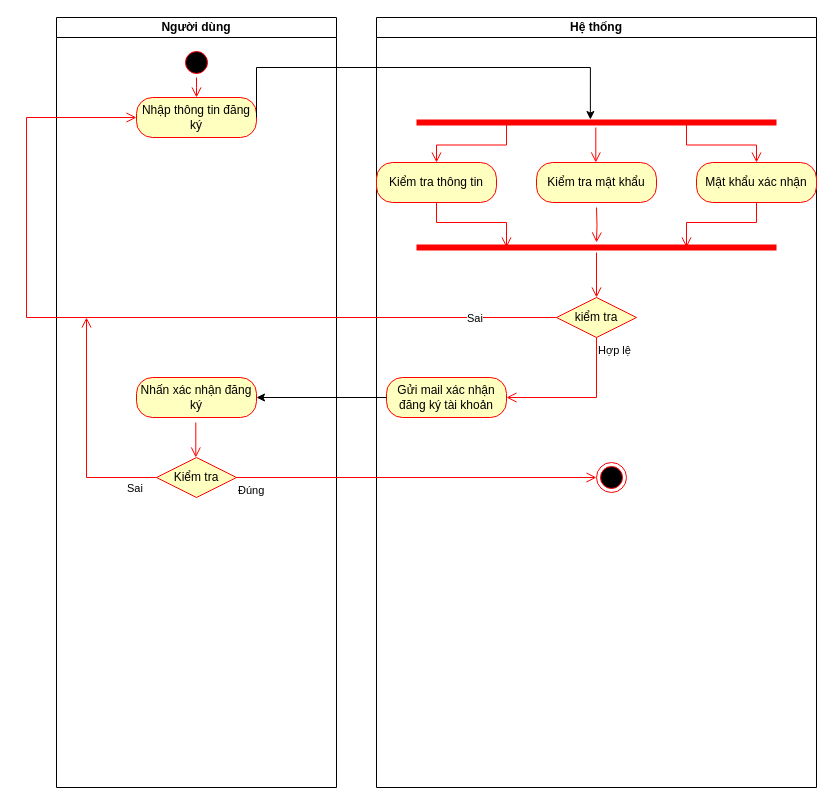
hieuNV0871/da keeps this draw.io diagram as AD/AD_DANGKY.drawio. Above is the earlier version. Source tidied: cells renumbered, new cells numbered last; positions are measured from the earlier drawing's top-left corner, leaving out a move shared by most shapes. Both pictures are drawn from the tidied source at 100%, with x=0, y=0 at pixel (26, 17).
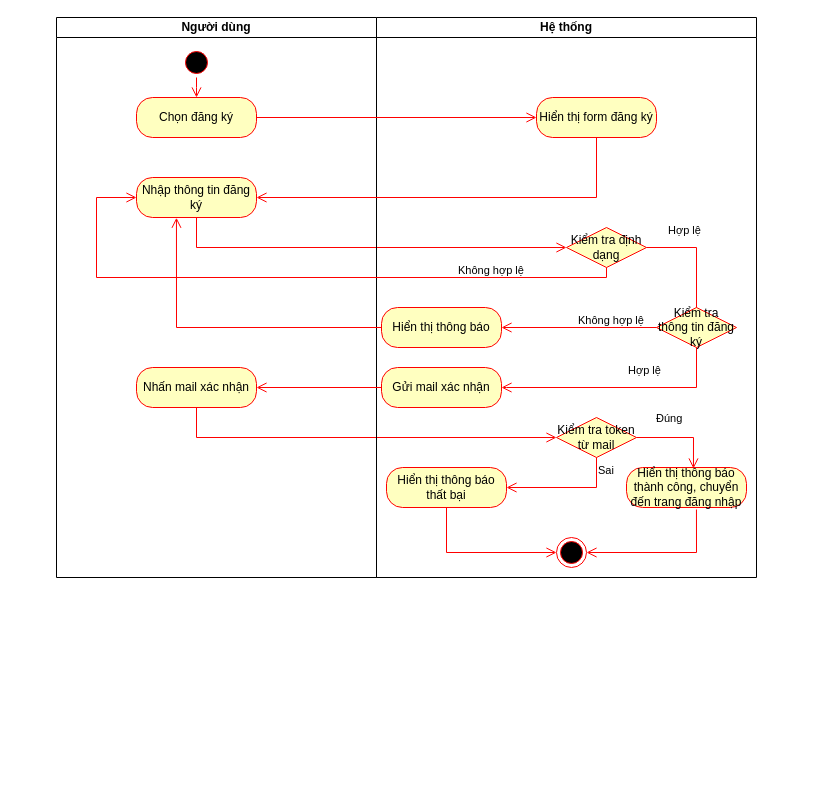
Above is the later version.

The change refers to these unchanged cells:
```xml
<mxCell id="3" style="ellipse;html=1;shape=startState;fillColor=#000000;strokeColor=#ff0000;" parent="2" vertex="1">
  <mxGeometry x="125" y="30" width="30" height="30" as="geometry" />
</mxCell>
```

Change to the diagram source:
```diff
@@
     <mxCell id="2" value="Người dùng" style="swimlane;startSize=20;whiteSpace=wrap;html=1;" parent="1" vertex="1">
-      <mxGeometry x="30" width="280" height="770" as="geometry" />
+      <mxGeometry x="30" width="320" height="560" as="geometry" />
     </mxCell>
@@
-    <mxCell id="4" style="edgeStyle=orthogonalEdgeStyle;html=1;verticalAlign=bottom;endArrow=open;endSize=8;strokeColor=#ff0000;rounded=0;" parent="2" edge="1" source="3">
-      <mxGeometry relative="1" as="geometry">
-        <mxPoint x="140" y="80" as="targetPoint" />
-      </mxGeometry>
-    </mxCell>
+    <mxCell id="32" style="edgeStyle=orthogonalEdgeStyle;html=1;verticalAlign=bottom;endArrow=open;endSize=8;strokeColor=#ff0000;rounded=0;" parent="2" edge="1" source="3">
+      <mxGeometry relative="1" as="geometry">
+        <mxPoint x="140" y="80" as="targetPoint" />
+      </mxGeometry>
+    </mxCell>
+    <mxCell id="33" value="Chọn đăng ký" style="rounded=1;whiteSpace=wrap;html=1;arcSize=40;fontColor=#000000;fillColor=#ffffc0;strokeColor=#ff0000;" parent="2" vertex="1">
+      <mxGeometry x="80" y="80" width="120" height="40" as="geometry" />
+    </mxCell>
     <mxCell id="5" value="Nhập thông tin đăng ký" style="rounded=1;whiteSpace=wrap;html=1;arcSize=40;fontColor=#000000;fillColor=#ffffc0;strokeColor=#ff0000;" parent="2" vertex="1">
-      <mxGeometry x="80" y="80" width="120" height="40" as="geometry" />
+      <mxGeometry x="80" y="160" width="120" height="40" as="geometry" />
     </mxCell>
-    <mxCell id="6" value="Nhấn xác nhận đăng ký" style="rounded=1;whiteSpace=wrap;html=1;arcSize=40;fontColor=#000000;fillColor=#ffffc0;strokeColor=#ff0000;" parent="2" vertex="1">
-      <mxGeometry x="80" y="360" width="120" height="40" as="geometry" />
-    </mxCell>
-    <mxCell id="7" value="Kiểm tra" style="rhombus;whiteSpace=wrap;html=1;fontColor=#000000;fillColor=#ffffc0;strokeColor=#ff0000;" parent="2" vertex="1">
-      <mxGeometry x="100" y="440" width="80" height="40" as="geometry" />
-    </mxCell>
-    <mxCell id="8" value="Sai" style="edgeStyle=orthogonalEdgeStyle;html=1;align=left;verticalAlign=bottom;endArrow=open;endSize=8;strokeColor=#ff0000;rounded=0;" parent="2" edge="1" source="7">
-      <mxGeometry x="-0.74" y="20" relative="1" as="geometry">
-        <mxPoint x="30" y="300" as="targetPoint" />
-        <Array as="points">
-          <mxPoint x="30" y="460" />
-        </Array>
-        <mxPoint x="-1" as="offset" />
-      </mxGeometry>
-    </mxCell>
-    <mxCell id="9" style="edgeStyle=orthogonalEdgeStyle;html=1;verticalAlign=bottom;endArrow=open;endSize=8;strokeColor=#ff0000;rounded=0;" parent="2" edge="1">
-      <mxGeometry relative="1" as="geometry">
-        <mxPoint x="139.3" y="405" as="sourcePoint" />
-        <mxPoint x="139.3" y="440" as="targetPoint" />
-      </mxGeometry>
-    </mxCell>
+    <mxCell id="34" style="edgeStyle=orthogonalEdgeStyle;html=1;verticalAlign=bottom;endArrow=open;endSize=8;strokeColor=#ff0000;rounded=0;exitX=0.5;exitY=1;exitDx=0;exitDy=0;" parent="2" edge="1" source="5">
+      <mxGeometry relative="1" as="geometry">
+        <mxPoint x="510" y="230" as="targetPoint" />
+        <Array as="points">
+          <mxPoint x="140" y="230" />
+        </Array>
+      </mxGeometry>
+    </mxCell>
+    <mxCell id="35" value="Nhấn mail xác nhận" style="rounded=1;whiteSpace=wrap;html=1;arcSize=40;fontColor=#000000;fillColor=#ffffc0;strokeColor=#ff0000;" parent="2" vertex="1">
+      <mxGeometry x="80" y="350" width="120" height="40" as="geometry" />
+    </mxCell>
+    <mxCell id="36" style="edgeStyle=orthogonalEdgeStyle;html=1;verticalAlign=bottom;endArrow=open;endSize=8;strokeColor=#ff0000;rounded=0;exitX=0.5;exitY=1;exitDx=0;exitDy=0;" parent="2" edge="1" source="35">
+      <mxGeometry relative="1" as="geometry">
+        <mxPoint x="500" y="420" as="targetPoint" />
+        <Array as="points">
+          <mxPoint x="140" y="420" />
+        </Array>
+      </mxGeometry>
+    </mxCell>
     <mxCell id="10" value="Hệ thống" style="swimlane;startSize=20;whiteSpace=wrap;html=1;" parent="1" vertex="1">
-      <mxGeometry x="350" width="440" height="770" as="geometry" />
+      <mxGeometry x="350" width="380" height="560" as="geometry" />
     </mxCell>
-    <mxCell id="11" style="shape=line;html=1;strokeWidth=6;strokeColor=#ff0000;" parent="10" vertex="1">
-      <mxGeometry x="40" y="100" width="360" height="10" as="geometry" />
-    </mxCell>
-    <mxCell id="12" style="edgeStyle=orthogonalEdgeStyle;html=1;verticalAlign=bottom;endArrow=open;endSize=8;strokeColor=#ff0000;rounded=0;entryX=0.5;entryY=0;entryDx=0;entryDy=0;exitX=0.25;exitY=0.5;exitDx=0;exitDy=0;exitPerimeter=0;" parent="10" edge="1" source="11" target="14">
-      <mxGeometry relative="1" as="geometry" />
-    </mxCell>
-    <mxCell id="13" style="edgeStyle=orthogonalEdgeStyle;html=1;verticalAlign=bottom;endArrow=open;endSize=8;strokeColor=#ff0000;rounded=0;entryX=0.5;entryY=0;entryDx=0;entryDy=0;exitX=0.75;exitY=0.5;exitDx=0;exitDy=0;exitPerimeter=0;" parent="10" edge="1" source="11" target="15">
-      <mxGeometry relative="1" as="geometry" />
-    </mxCell>
-    <mxCell id="14" value="Kiểm tra thông tin" style="rounded=1;whiteSpace=wrap;html=1;arcSize=40;fontColor=#000000;fillColor=#ffffc0;strokeColor=#ff0000;" parent="10" vertex="1">
-      <mxGeometry y="145" width="120" height="40" as="geometry" />
-    </mxCell>
-    <mxCell id="15" value="Mật khẩu xác nhận" style="rounded=1;whiteSpace=wrap;html=1;arcSize=40;fontColor=#000000;fillColor=#ffffc0;strokeColor=#ff0000;" parent="10" vertex="1">
-      <mxGeometry x="320" y="145" width="120" height="40" as="geometry" />
-    </mxCell>
-    <mxCell id="16" style="edgeStyle=orthogonalEdgeStyle;html=1;verticalAlign=bottom;endArrow=open;endSize=8;strokeColor=#ff0000;rounded=0;exitX=0.5;exitY=1;exitDx=0;exitDy=0;entryX=0.75;entryY=0.5;entryDx=0;entryDy=0;entryPerimeter=0;" parent="10" edge="1" source="15" target="18">
-      <mxGeometry relative="1" as="geometry" />
-    </mxCell>
-    <mxCell id="17" style="edgeStyle=orthogonalEdgeStyle;html=1;verticalAlign=bottom;endArrow=open;endSize=8;strokeColor=#ff0000;rounded=0;exitX=0.5;exitY=1;exitDx=0;exitDy=0;entryX=0.25;entryY=0.5;entryDx=0;entryDy=0;entryPerimeter=0;" parent="10" edge="1" source="14" target="18">
-      <mxGeometry relative="1" as="geometry" />
-    </mxCell>
-    <mxCell id="18" style="shape=line;html=1;strokeWidth=6;strokeColor=#ff0000;" parent="10" vertex="1">
-      <mxGeometry x="40" y="225" width="360" height="10" as="geometry" />
-    </mxCell>
-    <mxCell id="19" value="kiểm tra" style="rhombus;whiteSpace=wrap;html=1;fontColor=#000000;fillColor=#ffffc0;strokeColor=#ff0000;" parent="10" vertex="1">
-      <mxGeometry x="180" y="280" width="80" height="40" as="geometry" />
-    </mxCell>
-    <mxCell id="20" style="edgeStyle=orthogonalEdgeStyle;html=1;verticalAlign=bottom;endArrow=open;endSize=8;strokeColor=#ff0000;rounded=0;entryX=0.5;entryY=0;entryDx=0;entryDy=0;" parent="10" edge="1" source="18" target="19">
-      <mxGeometry relative="1" as="geometry" />
-    </mxCell>
-    <mxCell id="21" value="Gửi mail xác nhận đăng ký tài khoản" style="rounded=1;whiteSpace=wrap;html=1;arcSize=40;fontColor=#000000;fillColor=#ffffc0;strokeColor=#ff0000;" parent="10" vertex="1">
-      <mxGeometry x="10" y="360" width="120" height="40" as="geometry" />
-    </mxCell>
-    <mxCell id="22" value="Kiểm tra mật khẩu" style="rounded=1;whiteSpace=wrap;html=1;arcSize=40;fontColor=#000000;fillColor=#ffffc0;strokeColor=#ff0000;" parent="10" vertex="1">
-      <mxGeometry x="160" y="145" width="120" height="40" as="geometry" />
-    </mxCell>
-    <mxCell id="23" value="Hợp lệ" style="edgeStyle=orthogonalEdgeStyle;html=1;align=left;verticalAlign=top;endArrow=open;endSize=8;strokeColor=#ff0000;rounded=0;entryX=1;entryY=0.5;entryDx=0;entryDy=0;exitX=0.5;exitY=1;exitDx=0;exitDy=0;" parent="10" edge="1" source="19" target="21">
-      <mxGeometry x="-1" relative="1" as="geometry" />
-    </mxCell>
-    <mxCell id="24" style="edgeStyle=orthogonalEdgeStyle;html=1;verticalAlign=bottom;endArrow=open;endSize=8;strokeColor=#ff0000;rounded=0;" parent="10" edge="1" target="18">
-      <mxGeometry relative="1" as="geometry">
-        <mxPoint x="220" y="190" as="sourcePoint" />
-      </mxGeometry>
-    </mxCell>
-    <mxCell id="25" style="edgeStyle=orthogonalEdgeStyle;html=1;verticalAlign=bottom;endArrow=open;endSize=8;strokeColor=#ff0000;rounded=0;" parent="10" edge="1">
-      <mxGeometry relative="1" as="geometry">
-        <mxPoint x="219.3" y="110" as="sourcePoint" />
-        <mxPoint x="219.3" y="145" as="targetPoint" />
-      </mxGeometry>
-    </mxCell>
-    <mxCell id="26" style="ellipse;html=1;shape=endState;fillColor=#000000;strokeColor=#ff0000;" parent="10" vertex="1">
-      <mxGeometry x="220" y="445" width="30" height="30" as="geometry" />
-    </mxCell>
-    <mxCell id="27" value="Sai" style="edgeStyle=orthogonalEdgeStyle;html=1;align=left;verticalAlign=bottom;endArrow=open;endSize=8;strokeColor=#ff0000;rounded=0;entryX=0;entryY=0.5;entryDx=0;entryDy=0;exitX=0;exitY=0.5;exitDx=0;exitDy=0;" parent="1" edge="1" source="19" target="5">
-      <mxGeometry x="-0.78" y="10" relative="1" as="geometry">
-        <Array as="points">
-          <mxPoint y="300" />
-          <mxPoint y="100" />
-        </Array>
-        <mxPoint x="1" as="offset" />
-      </mxGeometry>
-    </mxCell>
-    <mxCell id="28" style="edgeStyle=orthogonalEdgeStyle;html=1;verticalAlign=bottom;endArrow=open;endSize=8;strokeColor=#ff0000;rounded=0;entryX=0.499;entryY=0.433;entryDx=0;entryDy=0;entryPerimeter=0;" parent="1" edge="1" target="18">
-      <mxGeometry relative="1" as="geometry">
-        <mxPoint x="570" y="230" as="sourcePoint" />
-      </mxGeometry>
-    </mxCell>
-    <mxCell id="29" style="edgeStyle=orthogonalEdgeStyle;rounded=0;jettySize=auto;html=1;" parent="1" edge="1" source="21" target="6">
-      <mxGeometry relative="1" as="geometry" />
-    </mxCell>
+    <mxCell id="37" value="Hiển thị form đăng ký" style="rounded=1;whiteSpace=wrap;html=1;arcSize=40;fontColor=#000000;fillColor=#ffffc0;strokeColor=#ff0000;" parent="10" vertex="1">
+      <mxGeometry x="160" y="80" width="120" height="40" as="geometry" />
+    </mxCell>
+    <mxCell id="38" style="edgeStyle=orthogonalEdgeStyle;html=1;verticalAlign=bottom;endArrow=open;endSize=8;strokeColor=#ff0000;rounded=0;" parent="10" edge="1">
+      <mxGeometry relative="1" as="geometry">
+        <mxPoint x="-120" y="100" as="sourcePoint" />
+        <mxPoint x="160" y="100" as="targetPoint" />
+      </mxGeometry>
+    </mxCell>
+    <mxCell id="39" value="Kiểm tra định dạng" style="rhombus;whiteSpace=wrap;html=1;fontColor=#000000;fillColor=#ffffc0;strokeColor=#ff0000;direction=west;" parent="10" vertex="1">
+      <mxGeometry x="190" y="210" width="80" height="40" as="geometry" />
+    </mxCell>
+    <mxCell id="40" value="Hợp lệ" style="edgeStyle=orthogonalEdgeStyle;html=1;align=left;verticalAlign=top;endArrow=open;endSize=8;strokeColor=#ff0000;rounded=0;exitX=0;exitY=0.5;exitDx=0;exitDy=0;" parent="10" edge="1" source="39">
+      <mxGeometry x="-0.76" y="30" relative="1" as="geometry">
+        <mxPoint x="280" y="310" as="targetPoint" />
+        <Array as="points">
+          <mxPoint x="320" y="230" />
+          <mxPoint x="320" y="310" />
+        </Array>
+      </mxGeometry>
+    </mxCell>
+    <mxCell id="41" value="Kiểm tra thông tin đăng ký" style="rhombus;whiteSpace=wrap;html=1;fontColor=#000000;fillColor=#ffffc0;strokeColor=#ff0000;" parent="10" vertex="1">
+      <mxGeometry x="280" y="290" width="80" height="40" as="geometry" />
+    </mxCell>
+    <mxCell id="42" value="Hiển thị thông báo" style="rounded=1;whiteSpace=wrap;html=1;arcSize=40;fontColor=#000000;fillColor=#ffffc0;strokeColor=#ff0000;" parent="10" vertex="1">
+      <mxGeometry x="5" y="290" width="120" height="40" as="geometry" />
+    </mxCell>
+    <mxCell id="43" value="Không hợp lệ" style="edgeStyle=orthogonalEdgeStyle;html=1;align=left;verticalAlign=top;endArrow=open;endSize=8;strokeColor=#ff0000;rounded=0;entryX=1;entryY=0.5;entryDx=0;entryDy=0;" parent="10" edge="1" source="41" target="42">
+      <mxGeometry x="0.03" y="-20" relative="1" as="geometry" />
+    </mxCell>
+    <mxCell id="44" value="Gửi mail xác nhận" style="rounded=1;whiteSpace=wrap;html=1;arcSize=40;fontColor=#000000;fillColor=#ffffc0;strokeColor=#ff0000;" parent="10" vertex="1">
+      <mxGeometry x="5" y="350" width="120" height="40" as="geometry" />
+    </mxCell>
+    <mxCell id="45" value="Hợp lệ" style="edgeStyle=orthogonalEdgeStyle;html=1;align=left;verticalAlign=top;endArrow=open;endSize=8;strokeColor=#ff0000;rounded=0;exitX=0.5;exitY=1;exitDx=0;exitDy=0;entryX=1;entryY=0.5;entryDx=0;entryDy=0;" parent="10" edge="1" source="41" target="44">
+      <mxGeometry x="-0.06" y="-30" relative="1" as="geometry">
+        <Array as="points">
+          <mxPoint x="320" y="370" />
+          <mxPoint x="130" y="370" />
+        </Array>
+      </mxGeometry>
+    </mxCell>
+    <mxCell id="46" value="Kiểm tra token từ mail" style="rhombus;whiteSpace=wrap;html=1;fontColor=#000000;fillColor=#ffffc0;strokeColor=#ff0000;" parent="10" vertex="1">
+      <mxGeometry x="180" y="400" width="80" height="40" as="geometry" />
+    </mxCell>
-    <mxCell id="30" value="Đúng" style="edgeStyle=orthogonalEdgeStyle;html=1;align=left;verticalAlign=top;endArrow=open;endSize=8;strokeColor=#ff0000;rounded=0;entryX=0;entryY=0.5;entryDx=0;entryDy=0;" parent="1" edge="1" source="7" target="26">
-      <mxGeometry x="-1" relative="1" as="geometry" />
+    <mxCell id="30" value="Đúng" style="edgeStyle=orthogonalEdgeStyle;html=1;align=left;verticalAlign=bottom;endArrow=open;endSize=8;strokeColor=#ff0000;rounded=0;entryX=0.558;entryY=0.025;entryDx=0;entryDy=0;entryPerimeter=0;exitX=1;exitY=0.5;exitDx=0;exitDy=0;" parent="10" edge="1" source="46" target="49">
+      <mxGeometry x="-0.6" y="10" relative="1" as="geometry">
+        <Array as="points">
+          <mxPoint x="317" y="420" />
+        </Array>
+      </mxGeometry>
     </mxCell>
-    <mxCell id="31" style="edgeStyle=orthogonalEdgeStyle;rounded=0;jettySize=auto;html=1;exitX=1;exitY=0.5;exitDx=0;exitDy=0;entryX=0.483;entryY=0.2;entryDx=0;entryDy=0;entryPerimeter=0;" parent="1" edge="1" source="5" target="11">
-      <mxGeometry relative="1" as="geometry">
-        <Array as="points">
-          <mxPoint x="230" y="50" />
-          <mxPoint x="564" y="50" />
-        </Array>
-      </mxGeometry>
-    </mxCell>
+    <mxCell id="47" value="Sai" style="edgeStyle=orthogonalEdgeStyle;html=1;align=left;verticalAlign=top;endArrow=open;endSize=8;strokeColor=#ff0000;rounded=0;entryX=1;entryY=0.5;entryDx=0;entryDy=0;" parent="10" edge="1" source="46" target="48">
+      <mxGeometry x="-1" relative="1" as="geometry">
+        <Array as="points">
+          <mxPoint x="220" y="470" />
+        </Array>
+      </mxGeometry>
+    </mxCell>
+    <mxCell id="48" value="Hiển thị thông báo thất bại" style="rounded=1;whiteSpace=wrap;html=1;arcSize=40;fontColor=#000000;fillColor=#ffffc0;strokeColor=#ff0000;" parent="10" vertex="1">
+      <mxGeometry x="10" y="450" width="120" height="40" as="geometry" />
+    </mxCell>
+    <mxCell id="49" value="Hiển thị thông báo thành công, chuyển đến trang đăng nhập" style="rounded=1;whiteSpace=wrap;html=1;arcSize=40;fontColor=#000000;fillColor=#ffffc0;strokeColor=#ff0000;" parent="10" vertex="1">
+      <mxGeometry x="250" y="450" width="120" height="40" as="geometry" />
+    </mxCell>
+    <mxCell id="50" style="ellipse;html=1;shape=endState;fillColor=#000000;strokeColor=#ff0000;" parent="10" vertex="1">
+      <mxGeometry x="180" y="520" width="30" height="30" as="geometry" />
+    </mxCell>
+    <mxCell id="51" style="edgeStyle=orthogonalEdgeStyle;html=1;verticalAlign=bottom;endArrow=open;endSize=8;strokeColor=#ff0000;rounded=0;entryX=0;entryY=0.5;entryDx=0;entryDy=0;exitX=0.5;exitY=1;exitDx=0;exitDy=0;" parent="10" edge="1" source="48" target="50">
+      <mxGeometry relative="1" as="geometry">
+        <Array as="points">
+          <mxPoint x="70" y="535" />
+        </Array>
+      </mxGeometry>
+    </mxCell>
+    <mxCell id="52" style="edgeStyle=orthogonalEdgeStyle;html=1;verticalAlign=bottom;endArrow=open;endSize=8;strokeColor=#ff0000;rounded=0;entryX=1;entryY=0.5;entryDx=0;entryDy=0;exitX=0.583;exitY=1.05;exitDx=0;exitDy=0;exitPerimeter=0;" parent="10" edge="1" source="49" target="50">
+      <mxGeometry relative="1" as="geometry">
+        <Array as="points">
+          <mxPoint x="320" y="535" />
+        </Array>
+      </mxGeometry>
+    </mxCell>
+    <mxCell id="53" style="edgeStyle=orthogonalEdgeStyle;html=1;verticalAlign=bottom;endArrow=open;endSize=8;strokeColor=#ff0000;rounded=0;exitX=0.5;exitY=1;exitDx=0;exitDy=0;entryX=1;entryY=0.5;entryDx=0;entryDy=0;" parent="1" edge="1" source="37" target="5">
+      <mxGeometry relative="1" as="geometry" />
+    </mxCell>
+    <mxCell id="54" value="Không hợp lệ" style="edgeStyle=orthogonalEdgeStyle;html=1;align=left;verticalAlign=top;endArrow=open;endSize=8;strokeColor=#ff0000;rounded=0;exitX=0.5;exitY=0;exitDx=0;exitDy=0;entryX=0;entryY=0.5;entryDx=0;entryDy=0;" parent="1" edge="1" source="39" target="5">
+      <mxGeometry x="-0.5" y="-20" relative="1" as="geometry">
+        <Array as="points">
+          <mxPoint x="580" y="260" />
+          <mxPoint x="70" y="260" />
+          <mxPoint x="70" y="180" />
+        </Array>
+      </mxGeometry>
+    </mxCell>
+    <mxCell id="55" style="edgeStyle=orthogonalEdgeStyle;html=1;verticalAlign=bottom;endArrow=open;endSize=8;strokeColor=#ff0000;rounded=0;entryX=0.333;entryY=1.006;entryDx=0;entryDy=0;entryPerimeter=0;exitX=0;exitY=0.5;exitDx=0;exitDy=0;" parent="1" edge="1" source="42" target="5">
+      <mxGeometry relative="1" as="geometry">
+        <Array as="points">
+          <mxPoint x="150" y="310" />
+        </Array>
+      </mxGeometry>
+    </mxCell>
+    <mxCell id="56" style="edgeStyle=orthogonalEdgeStyle;html=1;verticalAlign=bottom;endArrow=open;endSize=8;strokeColor=#ff0000;rounded=0;exitX=0;exitY=0.5;exitDx=0;exitDy=0;entryX=1;entryY=0.5;entryDx=0;entryDy=0;" parent="1" edge="1" source="44" target="35">
+      <mxGeometry relative="1" as="geometry" />
+    </mxCell>
```
